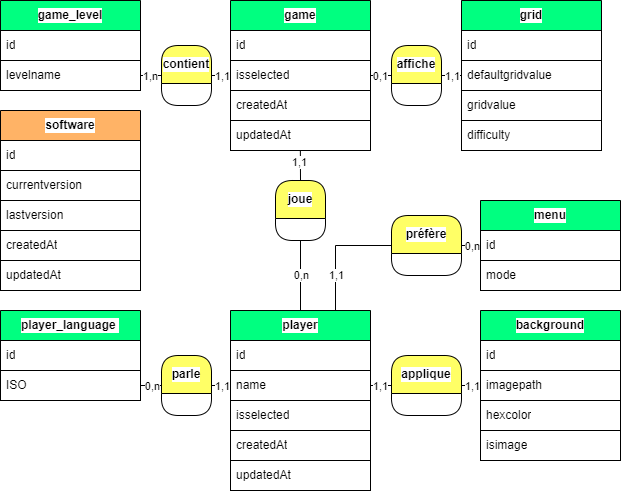
Before: .myresources/design_and_modeling/merise/MCD.png, a diagram exported from draw.io (Lob2018/SudoFX2024). Source tidied: cells renumbered, new cells last; positions are measured from the earlier drawing's top-left corner, leaving out a move shared by most shapes.
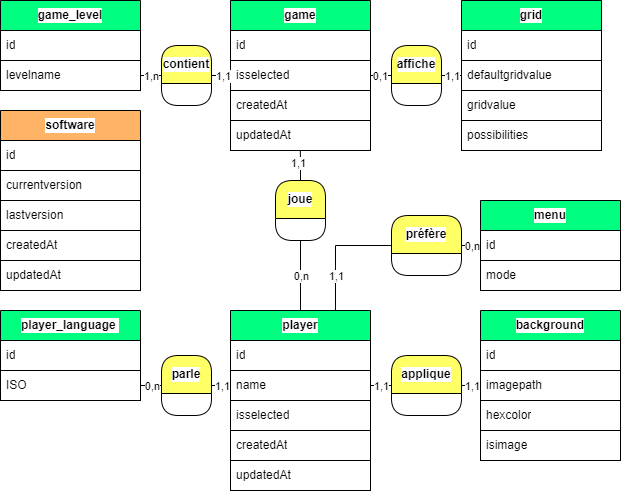
The same diagram one commit later.

Commit message:
Refactor grid model : Renames grid difficulty to possibilities

The edit, as a diff of the source:
```diff
@@ -47,7 +47,7 @@
     <mxCell id="16" value="gridvalue" style="text;strokeColor=#000000;fillColor=#FFFFFF;align=left;verticalAlign=middle;spacingLeft=4;spacingRight=4;overflow=hidden;whiteSpace=wrap;html=1;fontColor=#000000;labelBorderColor=none;swimlaneFillColor=none;gradientColor=none;labelBackgroundColor=#FFFFFF;" parent="13" vertex="1">
       <mxGeometry y="90" width="140" height="30" as="geometry" />
     </mxCell>
-    <mxCell id="17" value="difficulty" style="text;strokeColor=#000000;fillColor=#FFFFFF;align=left;verticalAlign=middle;spacingLeft=4;spacingRight=4;overflow=hidden;whiteSpace=wrap;html=1;fontColor=#000000;labelBorderColor=none;swimlaneFillColor=none;gradientColor=none;labelBackgroundColor=#FFFFFF;" parent="13" vertex="1">
+    <mxCell id="17" value="possibilities" style="text;strokeColor=#000000;fillColor=#FFFFFF;align=left;verticalAlign=middle;spacingLeft=4;spacingRight=4;overflow=hidden;whiteSpace=wrap;html=1;fontColor=#000000;labelBorderColor=none;swimlaneFillColor=none;gradientColor=none;labelBackgroundColor=#FFFFFF;" parent="13" vertex="1">
       <mxGeometry y="120" width="140" height="30" as="geometry" />
     </mxCell>
     <mxCell id="18" value="joue" style="swimlane;fontStyle=1;horizontal=1;startSize=38;whiteSpace=wrap;html=1;swimlaneLine=1;rounded=1;fontColor=#000000;labelBorderColor=none;strokeColor=#000000;fillColor=#FFFF66;swimlaneFillColor=none;gradientColor=none;labelBackgroundColor=#FFFFFF;" parent="1" vertex="1">
```
